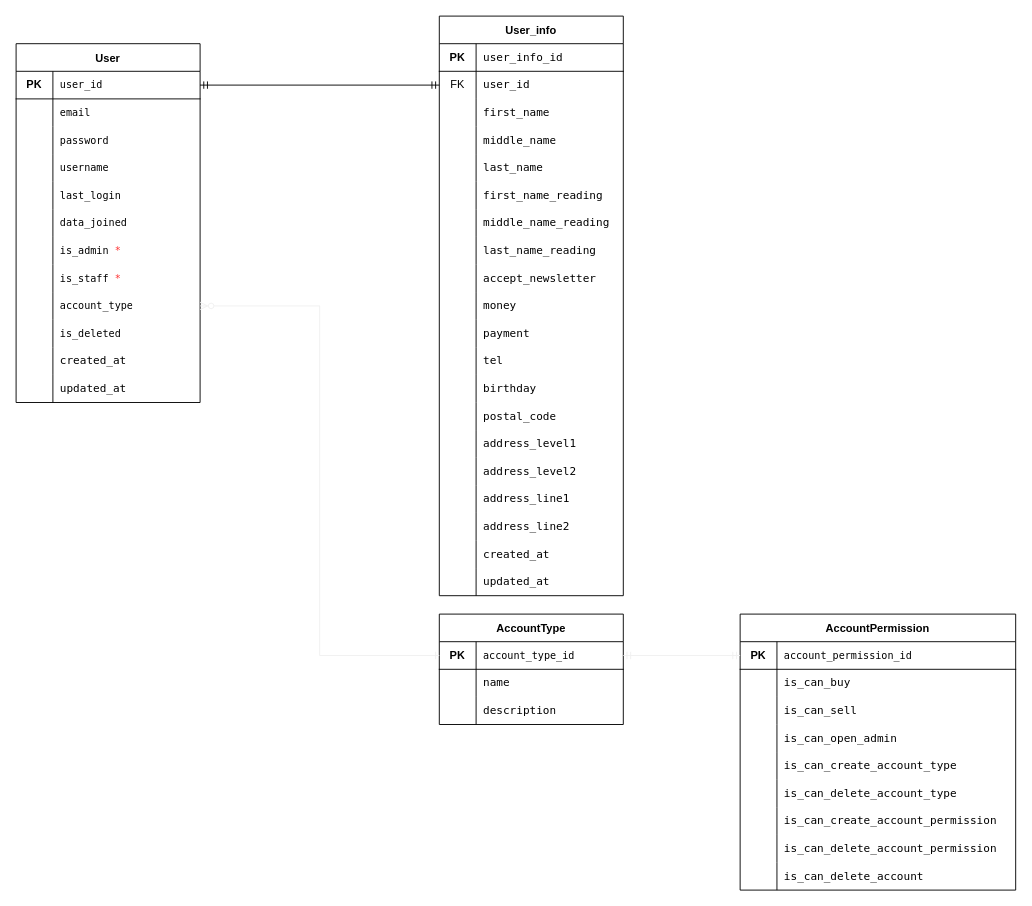
WebAppClub/ClubProject keeps this draw.io diagram as Doc/api/Doc/account/account.drawio. Above is the earlier version. Source tidied: cells renumbered, new cells numbered last; positions are measured from the earlier drawing's top-left corner, leaving out a move shared by most shapes. Both pictures are drawn from the tidied source at 92%, with x=0, y=0 at pixel (16, 16).
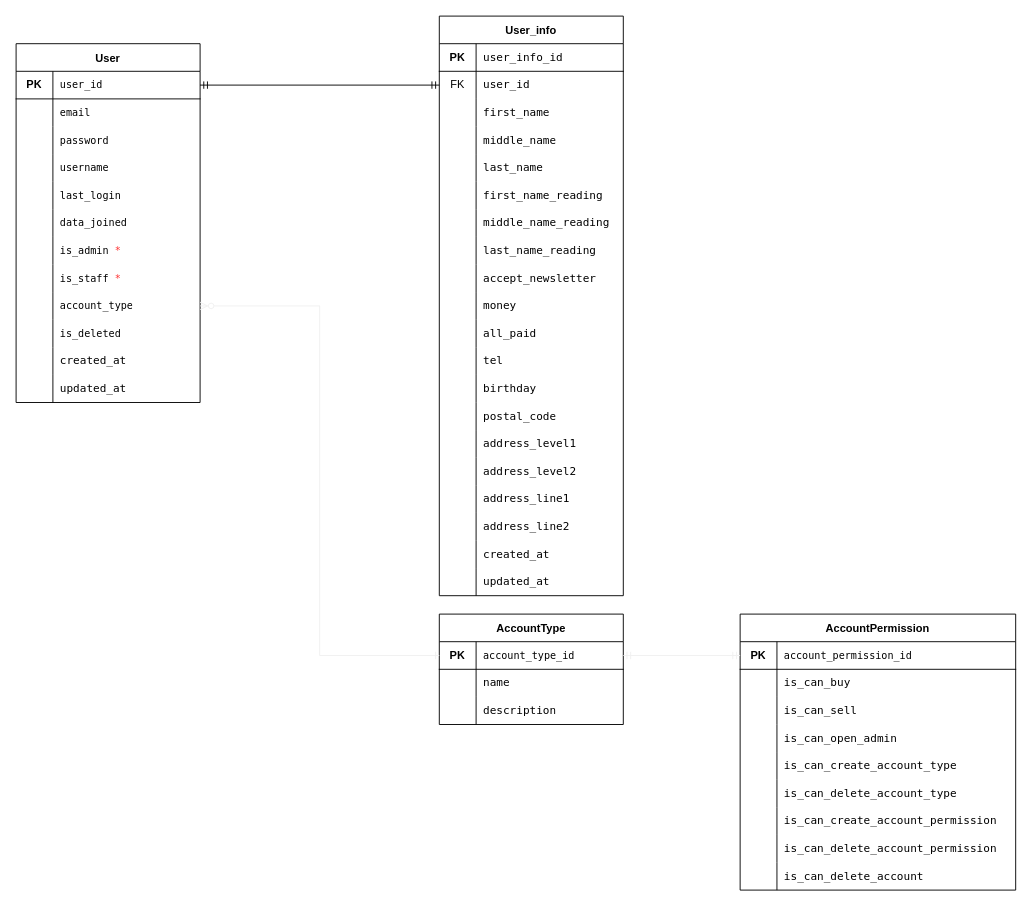
The same page after the edit.

Commit message:
desigh_models

Unchanged cells that the change refers to:
```xml
<mxCell id="70" style="shape=partialRectangle;html=1;whiteSpace=wrap;fillColor=none;top=0;left=0;bottom=0;right=0;" parent="39" vertex="1">
  <mxGeometry y="330" width="200" height="30" as="geometry" />
</mxCell>
```

The edit, as a diff of the source:
```diff
@@
-    <mxCell id="72" value="payment" style="shape=partialRectangle;html=1;whiteSpace=wrap;fillColor=none;top=0;left=0;bottom=0;right=0;align=left;spacingLeft=6;overflow=hidden;fontFamily=menlo, monaco, &quot;courier new&quot;, monospace;" parent="70" vertex="1">
+    <mxCell id="72" value="all_paid" style="shape=partialRectangle;html=1;whiteSpace=wrap;fillColor=none;top=0;left=0;bottom=0;right=0;align=left;spacingLeft=6;overflow=hidden;fontFamily=menlo, monaco, &quot;courier new&quot;, monospace;" parent="70" vertex="1">
       <mxGeometry x="40" width="160" height="30" as="geometry" />
     </mxCell>
```
